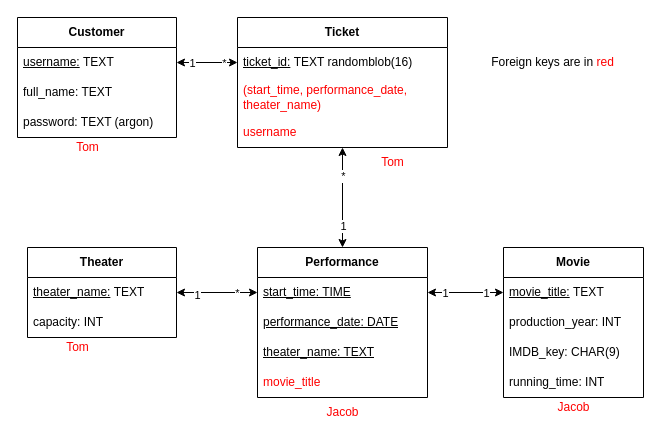
The draw.io diagram Lab2_ER_Model_w_Foreign_Keys.drawio in sergioferniza/edaf75, before the edit. Source tidied: cells renumbered, new cells numbered last; positions are measured from the earlier drawing's top-left corner, leaving out a move shared by most shapes. Both pictures are drawn from the tidied source at 100%, with x=0, y=0 at pixel (17, 17).
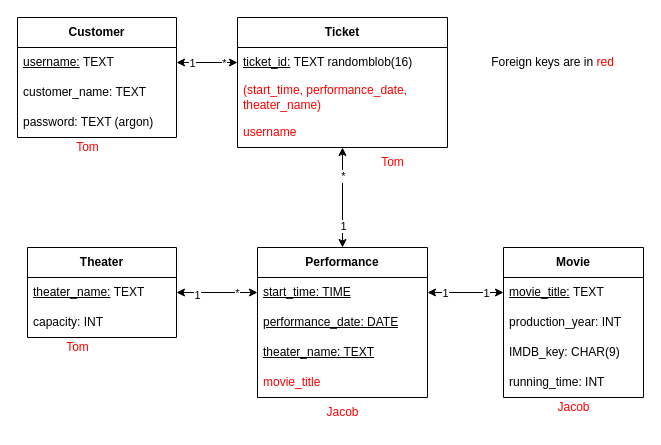
The same page after the edit.

Commit message (it also covers changes not shown here):
Updated DB schema and UML diagrams

The change refers to these unchanged cells:
```xml
<mxCell id="18" value="Customer" style="swimlane;fontStyle=1;horizontal=1;startSize=30;whiteSpace=wrap;html=1;" parent="1" vertex="1">
  <mxGeometry width="159" height="120" as="geometry" />
</mxCell>
```

The edit, as a diff of the source:
```diff
@@
-    <mxCell id="20" value="full_name: TEXT" style="text;strokeColor=none;fillColor=none;align=left;verticalAlign=middle;spacingLeft=4;spacingRight=4;overflow=hidden;whiteSpace=wrap;html=1;" parent="18" vertex="1">
+    <mxCell id="20" value="customer_name: TEXT" style="text;strokeColor=none;fillColor=none;align=left;verticalAlign=middle;spacingLeft=4;spacingRight=4;overflow=hidden;whiteSpace=wrap;html=1;" parent="18" vertex="1">
       <mxGeometry y="60" width="159" height="30" as="geometry" />
     </mxCell>
```
